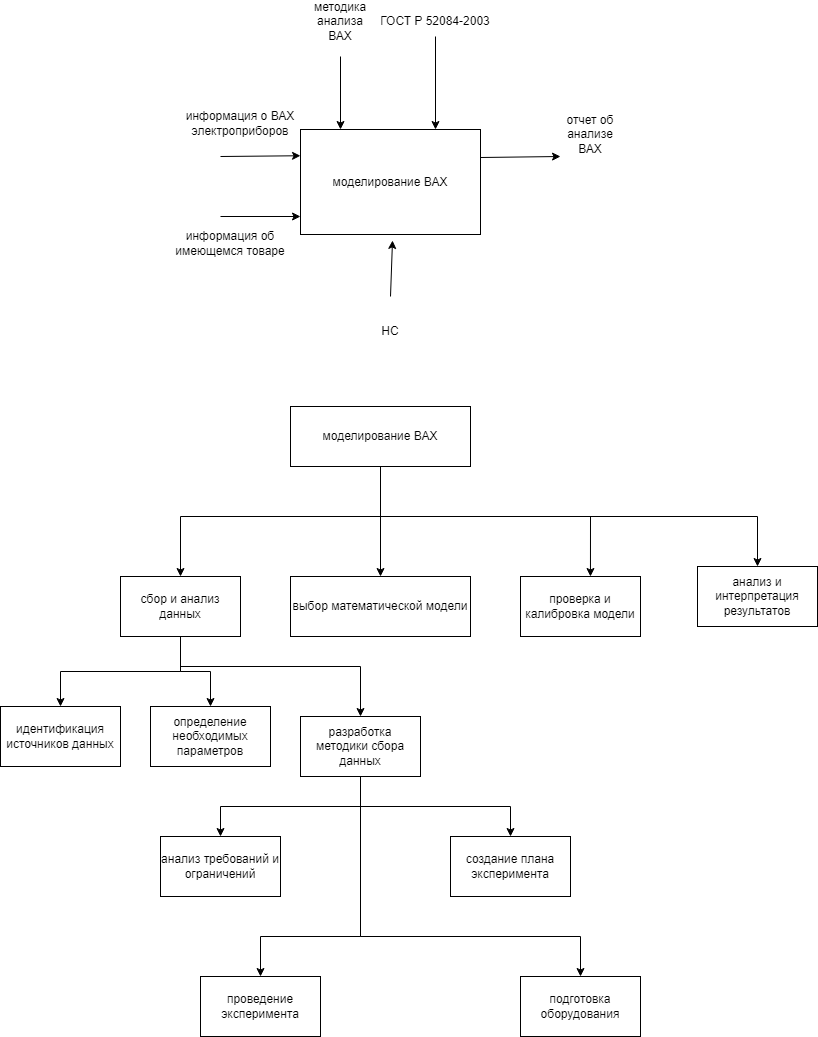
Before: diagram.drawio.png, a diagram exported from draw.io (DiKachura/tppo). Source tidied: cells renumbered, new cells last; positions are measured from the earlier drawing's top-left corner, leaving out a move shared by most shapes.
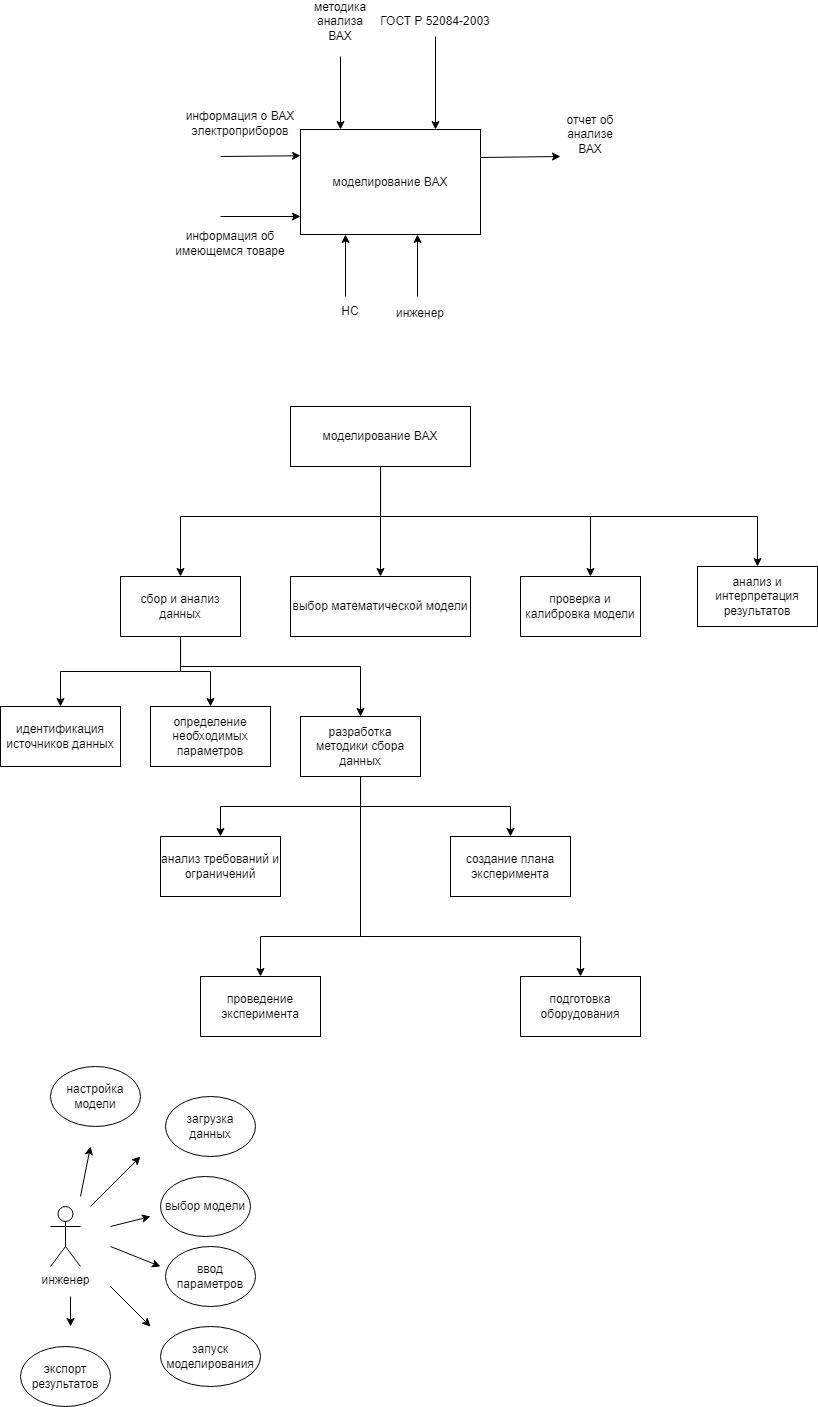
The same file after the commit.

Change to the diagram source:
```diff
@@ -22,14 +22,8 @@
     <mxCell id="6" value="информация об имеющемся товаре" style="text;html=1;strokeColor=none;fillColor=none;align=center;verticalAlign=middle;whiteSpace=wrap;rounded=0;" parent="1" vertex="1">
       <mxGeometry x="170" y="210" width="120" height="53" as="geometry" />
     </mxCell>
-    <mxCell id="7" style="endArrow=classic;html=1;rounded=0;entryX=0.539;entryY=1.057;entryDx=0;entryDy=0;entryPerimeter=0;" parent="1" edge="1">
-      <mxGeometry relative="1" as="geometry">
-        <mxPoint x="390" y="290" as="sourcePoint" />
-        <mxPoint x="392" y="234" as="targetPoint" />
-      </mxGeometry>
-    </mxCell>
     <mxCell id="8" value="НС" style="text;html=1;strokeColor=none;fillColor=none;align=center;verticalAlign=middle;whiteSpace=wrap;rounded=0;" parent="1" vertex="1">
-      <mxGeometry x="360" y="310" width="60" height="30" as="geometry" />
+      <mxGeometry x="320" y="290" width="60" height="30" as="geometry" />
     </mxCell>
     <mxCell id="9" style="endArrow=classic;html=1;rounded=0;entryX=0;entryY=0.25;entryDx=0;entryDy=0;" parent="1" edge="1">
       <mxGeometry relative="1" as="geometry">
@@ -164,5 +158,76 @@
     <mxCell id="37" value="подготовка оборудования" style="rounded=0;whiteSpace=wrap;html=1;" parent="1" vertex="1">
       <mxGeometry x="520" y="970" width="120" height="60" as="geometry" />
     </mxCell>
+    <mxCell id="38" style="endArrow=classic;html=1;rounded=0;entryX=0.25;entryY=1;entryDx=0;entryDy=0;" parent="1" edge="1" target="2">
+      <mxGeometry relative="1" as="geometry">
+        <mxPoint x="345" y="290" as="sourcePoint" />
+      </mxGeometry>
+    </mxCell>
+    <mxCell id="39" style="endArrow=classic;html=1;rounded=0;entryX=0.25;entryY=1;entryDx=0;entryDy=0;" parent="1" edge="1">
+      <mxGeometry relative="1" as="geometry">
+        <mxPoint x="417" y="290" as="sourcePoint" />
+        <mxPoint x="417" y="228" as="targetPoint" />
+      </mxGeometry>
+    </mxCell>
+    <mxCell id="40" value="инженер" style="text;html=1;strokeColor=none;fillColor=none;align=center;verticalAlign=middle;whiteSpace=wrap;rounded=0;" parent="1" vertex="1">
+      <mxGeometry x="390" y="292" width="60" height="30" as="geometry" />
+    </mxCell>
+    <mxCell id="41" value="инженер" style="shape=umlActor;verticalLabelPosition=bottom;verticalAlign=top;html=1;" parent="1" vertex="1">
+      <mxGeometry x="50" y="1200" width="30" height="60" as="geometry" />
+    </mxCell>
+    <mxCell id="42" value="загрузка данных" style="ellipse;whiteSpace=wrap;html=1;" parent="1" vertex="1">
+      <mxGeometry x="165" y="1090" width="90" height="60" as="geometry" />
+    </mxCell>
+    <mxCell id="43" value="выбор модели" style="ellipse;whiteSpace=wrap;html=1;" parent="1" vertex="1">
+      <mxGeometry x="160" y="1170" width="90" height="60" as="geometry" />
+    </mxCell>
+    <mxCell id="44" value="ввод параметров" style="ellipse;whiteSpace=wrap;html=1;" parent="1" vertex="1">
+      <mxGeometry x="165" y="1240" width="90" height="60" as="geometry" />
+    </mxCell>
+    <mxCell id="45" value="запуск моделирования" style="ellipse;whiteSpace=wrap;html=1;" parent="1" vertex="1">
+      <mxGeometry x="160" y="1320" width="100" height="60" as="geometry" />
+    </mxCell>
+    <mxCell id="46" value="настройка модели" style="ellipse;whiteSpace=wrap;html=1;" parent="1" vertex="1">
+      <mxGeometry x="50" y="1060" width="90" height="60" as="geometry" />
+    </mxCell>
+    <mxCell id="47" value="экспорт результатов" style="ellipse;whiteSpace=wrap;html=1;" parent="1" vertex="1">
+      <mxGeometry x="20" y="1340" width="90" height="60" as="geometry" />
+    </mxCell>
+    <mxCell id="48" style="endArrow=classic;html=1;rounded=0;" parent="1" edge="1">
+      <mxGeometry relative="1" as="geometry">
+        <mxPoint x="90" y="1200" as="sourcePoint" />
+        <mxPoint x="140" y="1150" as="targetPoint" />
+      </mxGeometry>
+    </mxCell>
+    <mxCell id="49" style="endArrow=classic;html=1;rounded=0;" parent="1" edge="1">
+      <mxGeometry relative="1" as="geometry">
+        <mxPoint x="80" y="1190" as="sourcePoint" />
+        <mxPoint x="90" y="1140" as="targetPoint" />
+      </mxGeometry>
+    </mxCell>
+    <mxCell id="50" style="endArrow=classic;html=1;rounded=0;" parent="1" edge="1">
+      <mxGeometry relative="1" as="geometry">
+        <mxPoint x="110" y="1220" as="sourcePoint" />
+        <mxPoint x="150" y="1210" as="targetPoint" />
+      </mxGeometry>
+    </mxCell>
+    <mxCell id="51" style="endArrow=classic;html=1;rounded=0;" parent="1" edge="1">
+      <mxGeometry relative="1" as="geometry">
+        <mxPoint x="110" y="1240" as="sourcePoint" />
+        <mxPoint x="160" y="1260" as="targetPoint" />
+      </mxGeometry>
+    </mxCell>
+    <mxCell id="52" style="endArrow=classic;html=1;rounded=0;" parent="1" edge="1">
+      <mxGeometry relative="1" as="geometry">
+        <mxPoint x="110" y="1280" as="sourcePoint" />
+        <mxPoint x="150" y="1320" as="targetPoint" />
+      </mxGeometry>
+    </mxCell>
+    <mxCell id="53" style="endArrow=classic;html=1;rounded=0;" parent="1" edge="1">
+      <mxGeometry relative="1" as="geometry">
+        <mxPoint x="70" y="1290" as="sourcePoint" />
+        <mxPoint x="70" y="1320" as="targetPoint" />
+      </mxGeometry>
+    </mxCell>
   </root>
 </mxGraphModel>
```
